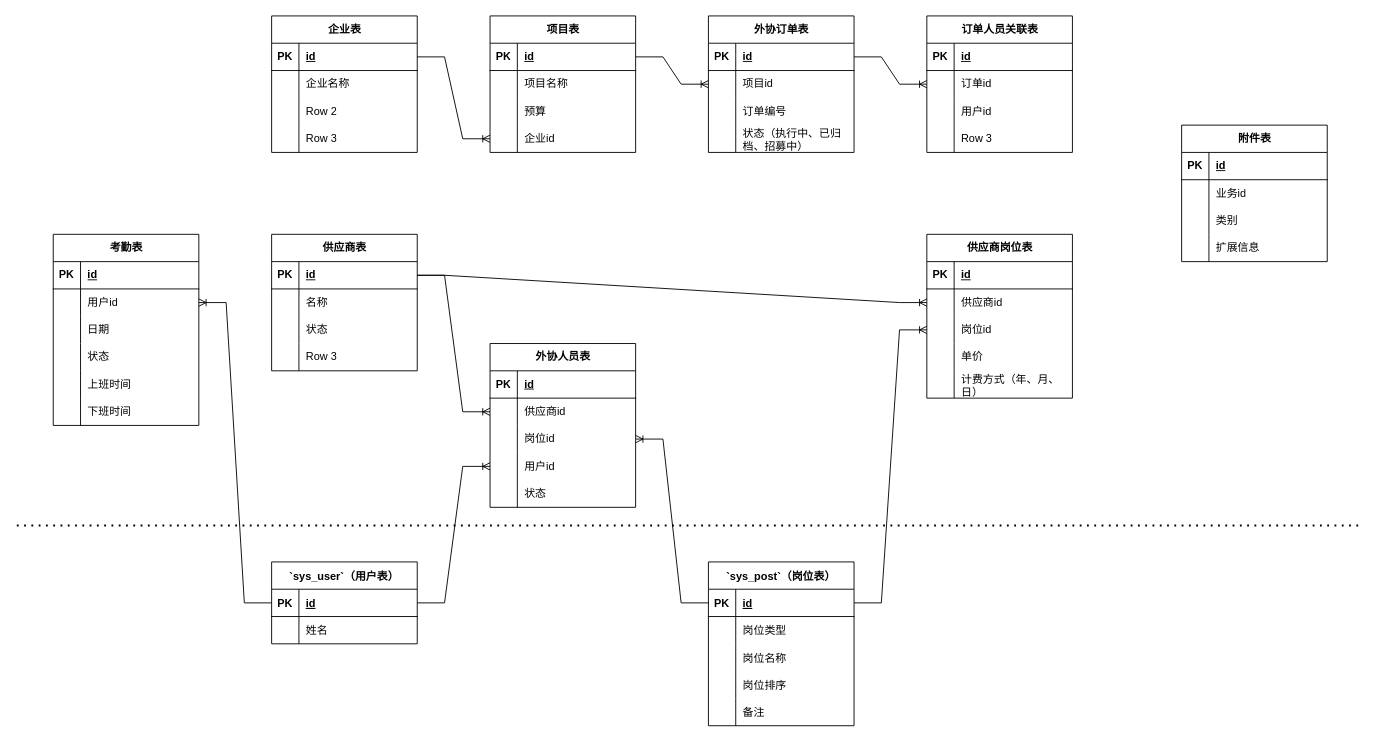
Before: extend-staff/业务模型.drawio in Qunz/drawio, a draw.io diagram. Source tidied: cells renumbered, new cells numbered last; positions are measured from the earlier drawing's top-left corner, leaving out a move shared by most shapes. Both pictures are drawn from the tidied source at 91%, with x=0, y=0 at pixel (16, 15).
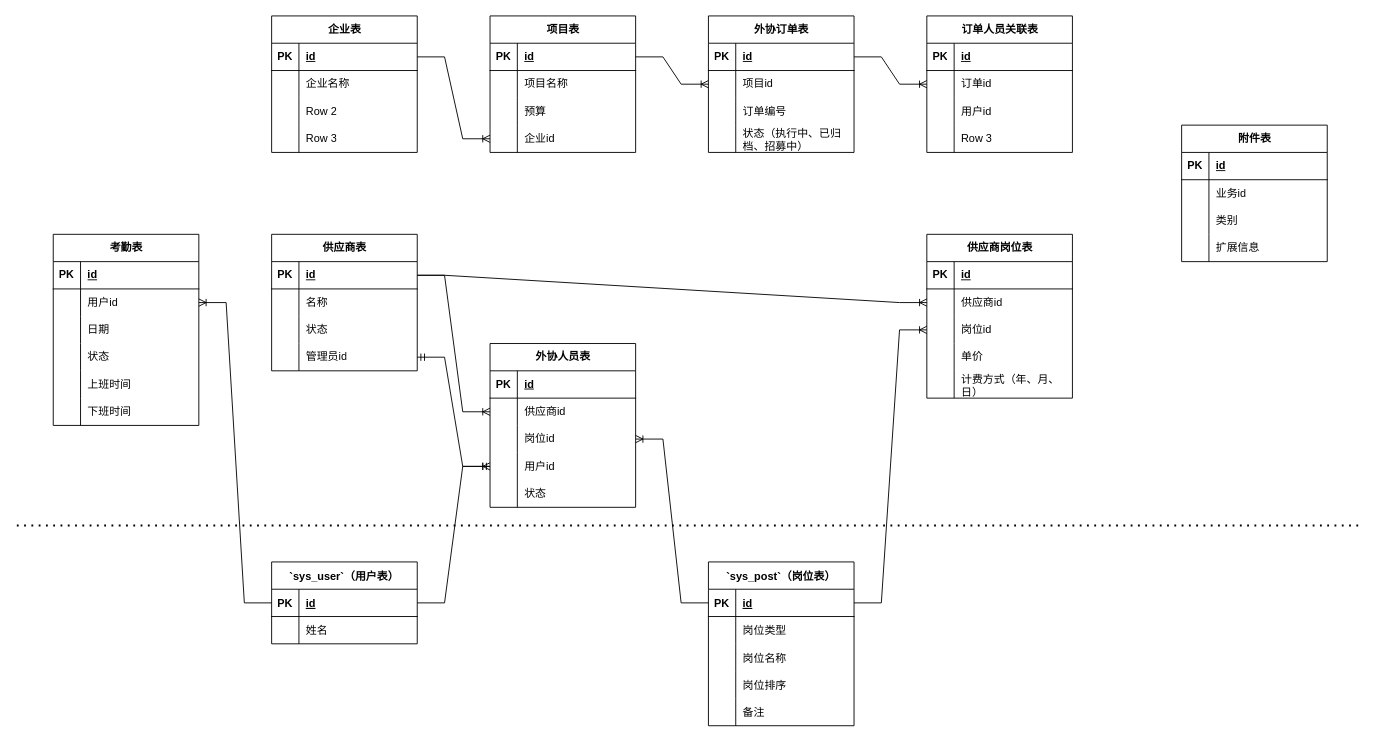
The same page after the edit.

Commit message:
更新业务模型.drawio

Unchanged cells that the change refers to:
```xml
<mxCell id="38" style="shape=tableRow;horizontal=0;startSize=0;swimlaneHead=0;swimlaneBody=0;fillColor=none;points=[[0,0.5],[1,0.5]];portConstraint=eastwest;top=0;left=0;right=0;bottom=0;" parent="28" vertex="1">
  <mxGeometry y="120" width="160" height="30" as="geometry" />
</mxCell>
<mxCell id="80" style="shape=tableRow;horizontal=0;startSize=0;swimlaneHead=0;swimlaneBody=0;fillColor=none;points=[[0,0.5],[1,0.5]];portConstraint=eastwest;top=0;left=0;right=0;bottom=0;" parent="70" vertex="1">
  <mxGeometry y="120" width="160" height="30" as="geometry" />
</mxCell>
```

Diff of the diagram source:
```diff
@@
-    <mxCell id="40" value="Row 3" style="shape=partialRectangle;fillColor=none;top=0;left=0;bottom=0;right=0;align=left;spacingLeft=6;overflow=hidden;whiteSpace=wrap;html=1;" parent="38" vertex="1">
+    <mxCell id="40" value="管理员id" style="shape=partialRectangle;fillColor=none;top=0;left=0;bottom=0;right=0;align=left;spacingLeft=6;overflow=hidden;whiteSpace=wrap;html=1;" parent="38" vertex="1">
       <mxGeometry x="30" width="130" height="30" as="geometry" />
     </mxCell>
@@
+    <mxCell id="164" style="edgeStyle=entityRelationEdgeStyle;fontSize=12;html=1;endArrow=ERmandOne;startArrow=ERmandOne;rounded=0;" parent="1" edge="1" source="38" target="80">
+      <mxGeometry relative="1" as="geometry" />
+    </mxCell>
```
